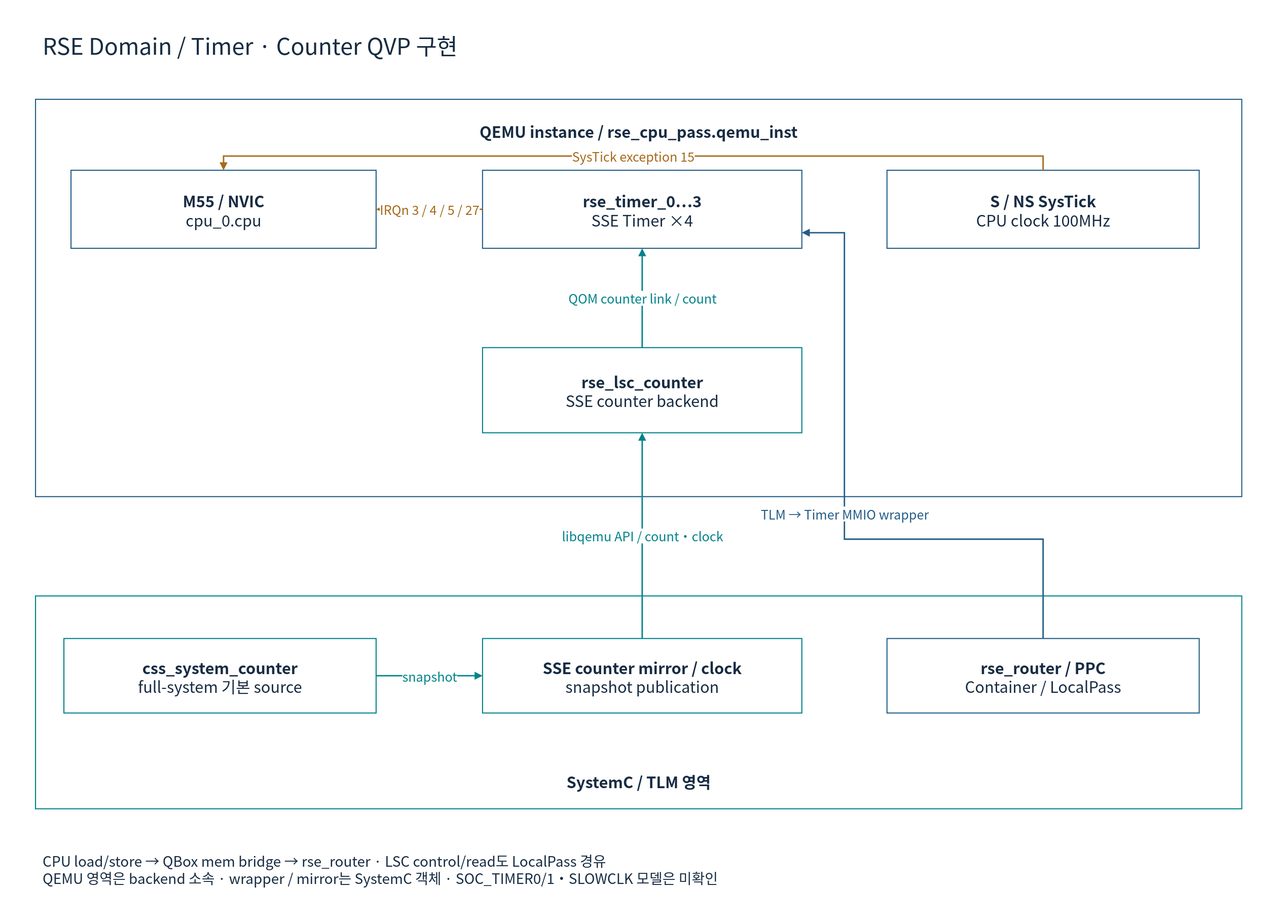
Before: doc/phase1/timer/diagrams/01rse-e-qvp.drawio.svg, a diagram exported from draw.io (cometzero/project-apollo). Source tidied: cells renumbered, new cells last; positions are measured from the earlier drawing's top-left corner, leaving out a move shared by most shapes.
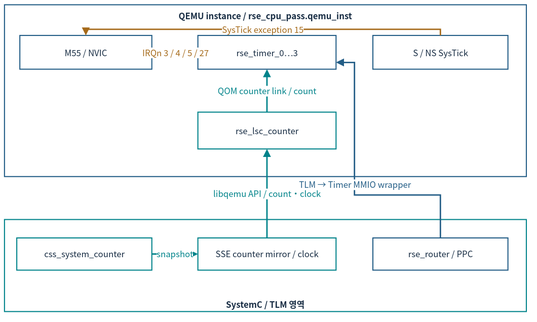
Later version of the same file.

What changed in the source:
```diff
@@ -2,70 +2,61 @@
   <root>
     <mxCell id="0" />
     <mxCell id="1" parent="0" />
-    <mxCell id="2" style="rounded=0;whiteSpace=wrap;html=1;fillColor=#FFFFFF;strokeColor=none;strokeWidth=1.5;fontColor=#172C43;fontFamily=Noto Sans CJK KR;fontSize=22;spacing=10;" parent="1" vertex="1">
-      <mxGeometry width="1800" height="1300" as="geometry" />
-    </mxCell>
-    <mxCell id="3" value="RSE Domain / Timer · Counter QVP 구현" style="rounded=0;whiteSpace=wrap;html=1;fillColor=#FFFFFF;strokeColor=none;strokeWidth=1.5;fontColor=#172C43;fontFamily=Noto Sans CJK KR;fontSize=22;spacing=10;fontSize=32;align=left;" parent="1" vertex="1">
-      <mxGeometry x="50" y="30" width="1700" height="65" as="geometry" />
-    </mxCell>
-    <mxCell id="4" value="QEMU instance / rse_cpu_pass.qemu_inst" style="rounded=0;whiteSpace=wrap;html=1;fillColor=#FFFFFF;strokeColor=#235D86;strokeWidth=1.5;fontColor=#172C43;fontFamily=Noto Sans CJK KR;fontSize=22;spacing=10;verticalAlign=top;fontStyle=1;spacingTop=16;" parent="1" vertex="1">
-      <mxGeometry x="50" y="140" width="1700" height="560" as="geometry" />
+    <mxCell id="4" value="QEMU instance / rse_cpu_pass.qemu_inst" style="rounded=0;whiteSpace=wrap;html=1;fillColor=#FFFFFF;strokeColor=#235D86;strokeWidth=1.5;fontColor=#172C43;fontFamily=Noto Sans CJK KR;verticalAlign=top;fontStyle=1;fontSize=12;spacing=3;whiteSpace=wrap;" parent="1" vertex="1">
+      <mxGeometry x="16.3" y="46.6" width="735.7" height="242.3" as="geometry" />
     </mxCell>
-    <mxCell id="5" value="&lt;b&gt;M55 / NVIC&lt;/b&gt;&lt;br&gt;cpu_0.cpu" style="rounded=0;whiteSpace=wrap;html=1;fillColor=#FFFFFF;strokeColor=#235D86;strokeWidth=1.5;fontColor=#172C43;fontFamily=Noto Sans CJK KR;fontSize=22;spacing=10;" parent="4" vertex="1">
-      <mxGeometry x="50" y="100" width="430" height="110" as="geometry" />
+    <mxCell id="5" value="M55 / NVIC" style="rounded=0;whiteSpace=wrap;html=1;fillColor=#FFFFFF;strokeColor=#235D86;strokeWidth=1.5;fontColor=#172C43;fontFamily=Noto Sans CJK KR;fontSize=12;spacing=3;whiteSpace=wrap;" parent="4" vertex="1">
+      <mxGeometry x="21.6" y="43.3" width="186.1" height="47.6" as="geometry" />
     </mxCell>
-    <mxCell id="6" value="&lt;b&gt;rse_timer_0…3&lt;/b&gt;&lt;br&gt;SSE Timer ×4" style="rounded=0;whiteSpace=wrap;html=1;fillColor=#FFFFFF;strokeColor=#235D86;strokeWidth=1.5;fontColor=#172C43;fontFamily=Noto Sans CJK KR;fontSize=22;spacing=10;" parent="4" vertex="1">
-      <mxGeometry x="630" y="100" width="450" height="110" as="geometry" />
+    <mxCell id="6" value="rse_timer_0…3" style="rounded=0;whiteSpace=wrap;html=1;fillColor=#FFFFFF;strokeColor=#235D86;strokeWidth=1.5;fontColor=#172C43;fontFamily=Noto Sans CJK KR;fontSize=12;spacing=3;whiteSpace=wrap;" parent="4" vertex="1">
+      <mxGeometry x="272.6" y="43.3" width="194.7" height="47.6" as="geometry" />
     </mxCell>
-    <mxCell id="7" value="&lt;b&gt;S / NS SysTick&lt;/b&gt;&lt;br&gt;CPU clock 100MHz" style="rounded=0;whiteSpace=wrap;html=1;fillColor=#FFFFFF;strokeColor=#235D86;strokeWidth=1.5;fontColor=#172C43;fontFamily=Noto Sans CJK KR;fontSize=22;spacing=10;" parent="4" vertex="1">
-      <mxGeometry x="1200" y="100" width="440" height="110" as="geometry" />
+    <mxCell id="7" value="S / NS SysTick" style="rounded=0;whiteSpace=wrap;html=1;fillColor=#FFFFFF;strokeColor=#235D86;strokeWidth=1.5;fontColor=#172C43;fontFamily=Noto Sans CJK KR;fontSize=12;spacing=3;whiteSpace=wrap;" parent="4" vertex="1">
+      <mxGeometry x="519.3" y="43.3" width="190.4" height="47.6" as="geometry" />
     </mxCell>
-    <mxCell id="8" value="&lt;b&gt;rse_lsc_counter&lt;/b&gt;&lt;br&gt;SSE counter backend" style="rounded=0;whiteSpace=wrap;html=1;fillColor=#FFFFFF;strokeColor=#00838A;strokeWidth=1.5;fontColor=#172C43;fontFamily=Noto Sans CJK KR;fontSize=22;spacing=10;" parent="4" vertex="1">
-      <mxGeometry x="630" y="350" width="450" height="120" as="geometry" />
+    <mxCell id="8" value="rse_lsc_counter" style="rounded=0;whiteSpace=wrap;html=1;fillColor=#FFFFFF;strokeColor=#00838A;strokeWidth=1.5;fontColor=#172C43;fontFamily=Noto Sans CJK KR;fontSize=12;spacing=3;whiteSpace=wrap;" parent="4" vertex="1">
+      <mxGeometry x="272.6" y="151.5" width="194.7" height="51.9" as="geometry" />
     </mxCell>
-    <mxCell id="9" value="IRQn 3 / 4 / 5 / 27" style="edgeStyle=orthogonalEdgeStyle;rounded=0;html=1;endArrow=block;endFill=1;strokeWidth=2;strokeColor=#A56A1A;fontColor=#A56A1A;fontFamily=Noto Sans CJK KR;fontSize=18;labelBackgroundColor=#FFFFFF;exitX=0;exitY=0.5;entryX=1;entryY=0.5;" parent="1" edge="1" source="6" target="5">
+    <mxCell id="9" value="IRQn 3 / 4 / 5 / 27" style="edgeStyle=orthogonalEdgeStyle;rounded=0;html=1;endArrow=block;endFill=1;strokeWidth=2;strokeColor=#A56A1A;fontColor=#A56A1A;fontFamily=Noto Sans CJK KR;labelBackgroundColor=#FFFFFF;exitX=0;exitY=0.5;entryX=1;entryY=0.5;fontSize=12;spacing=3;whiteSpace=nowrap;" parent="1" edge="1" source="6" target="5">
       <mxGeometry relative="1" as="geometry" />
     </mxCell>
-    <mxCell id="10" value="SysTick exception 15" style="edgeStyle=orthogonalEdgeStyle;rounded=0;html=1;endArrow=block;endFill=1;strokeWidth=2;strokeColor=#A56A1A;fontColor=#A56A1A;fontFamily=Noto Sans CJK KR;fontSize=18;labelBackgroundColor=#FFFFFF;exitX=0.5;exitY=0;entryX=0.5;entryY=0;" parent="1" edge="1" source="7" target="5">
+    <mxCell id="10" value="SysTick exception 15" style="edgeStyle=orthogonalEdgeStyle;rounded=0;html=1;endArrow=block;endFill=1;strokeWidth=2;strokeColor=#A56A1A;fontColor=#A56A1A;fontFamily=Noto Sans CJK KR;labelBackgroundColor=#FFFFFF;exitX=0.5;exitY=0;entryX=0.5;entryY=0;fontSize=12;spacing=3;whiteSpace=nowrap;" parent="1" edge="1" source="7" target="5">
       <mxGeometry relative="1" as="geometry">
         <Array as="points">
-          <mxPoint x="1470" y="220" />
-          <mxPoint x="315" y="220" />
+          <mxPoint x="630.8" y="81.2" />
+          <mxPoint x="131" y="81.2" />
         </Array>
       </mxGeometry>
     </mxCell>
-    <mxCell id="11" value="QOM counter link / count" style="edgeStyle=orthogonalEdgeStyle;rounded=0;html=1;endArrow=block;endFill=1;strokeWidth=2;strokeColor=#00838A;fontColor=#00838A;fontFamily=Noto Sans CJK KR;fontSize=18;labelBackgroundColor=#FFFFFF;exitX=0.5;exitY=0;entryX=0.5;entryY=1;" parent="1" edge="1" source="8" target="6">
+    <mxCell id="11" value="QOM counter link / count" style="edgeStyle=orthogonalEdgeStyle;rounded=0;html=1;endArrow=block;endFill=1;strokeWidth=2;strokeColor=#00838A;fontColor=#00838A;fontFamily=Noto Sans CJK KR;labelBackgroundColor=#FFFFFF;exitX=0.5;exitY=0;entryX=0.5;entryY=1;fontSize=12;spacing=3;whiteSpace=nowrap;" parent="1" edge="1" source="8" target="6">
       <mxGeometry relative="1" as="geometry" />
     </mxCell>
-    <mxCell id="12" value="SystemC / TLM 영역" style="rounded=0;whiteSpace=wrap;html=1;fillColor=#FFFFFF;strokeColor=#00838A;strokeWidth=1.5;fontColor=#172C43;fontFamily=Noto Sans CJK KR;fontSize=22;spacing=10;verticalAlign=top;fontStyle=1;spacingTop=16;verticalAlign=bottom;spacingBottom=16;" parent="1" vertex="1">
-      <mxGeometry x="50" y="840" width="1700" height="300" as="geometry" />
+    <mxCell id="12" value="SystemC / TLM 영역" style="rounded=0;whiteSpace=wrap;html=1;fillColor=#FFFFFF;strokeColor=#00838A;strokeWidth=1.5;fontColor=#172C43;fontFamily=Noto Sans CJK KR;verticalAlign=top;fontStyle=1;verticalAlign=bottom;fontSize=12;spacing=3;whiteSpace=wrap;" parent="1" vertex="1">
+      <mxGeometry x="16.3" y="349.5" width="735.7" height="129.8" as="geometry" />
     </mxCell>
-    <mxCell id="13" value="&lt;b&gt;css_system_counter&lt;/b&gt;&lt;br&gt;full-system 기본 source" style="rounded=0;whiteSpace=wrap;html=1;fillColor=#FFFFFF;strokeColor=#00838A;strokeWidth=1.5;fontColor=#172C43;fontFamily=Noto Sans CJK KR;fontSize=22;spacing=10;" parent="12" vertex="1">
-      <mxGeometry x="40" y="60" width="440" height="105" as="geometry" />
+    <mxCell id="13" value="css_system_counter" style="rounded=0;whiteSpace=wrap;html=1;fillColor=#FFFFFF;strokeColor=#00838A;strokeWidth=1.5;fontColor=#172C43;fontFamily=Noto Sans CJK KR;fontSize=12;spacing=3;whiteSpace=wrap;" parent="12" vertex="1">
+      <mxGeometry x="17.3" y="26" width="190.4" height="45.4" as="geometry" />
     </mxCell>
-    <mxCell id="14" value="&lt;b&gt;SSE counter mirror / clock&lt;/b&gt;&lt;br&gt;snapshot publication" style="rounded=0;whiteSpace=wrap;html=1;fillColor=#FFFFFF;strokeColor=#00838A;strokeWidth=1.5;fontColor=#172C43;fontFamily=Noto Sans CJK KR;fontSize=22;spacing=10;" parent="12" vertex="1">
-      <mxGeometry x="630" y="60" width="450" height="105" as="geometry" />
+    <mxCell id="14" value="SSE counter mirror / clock" style="rounded=0;whiteSpace=wrap;html=1;fillColor=#FFFFFF;strokeColor=#00838A;strokeWidth=1.5;fontColor=#172C43;fontFamily=Noto Sans CJK KR;fontSize=12;spacing=3;whiteSpace=wrap;" parent="12" vertex="1">
+      <mxGeometry x="272.6" y="26" width="194.7" height="45.4" as="geometry" />
     </mxCell>
-    <mxCell id="15" value="&lt;b&gt;rse_router / PPC&lt;/b&gt;&lt;br&gt;Container / LocalPass" style="rounded=0;whiteSpace=wrap;html=1;fillColor=#FFFFFF;strokeColor=#235D86;strokeWidth=1.5;fontColor=#172C43;fontFamily=Noto Sans CJK KR;fontSize=22;spacing=10;" parent="12" vertex="1">
-      <mxGeometry x="1200" y="60" width="440" height="105" as="geometry" />
+    <mxCell id="15" value="rse_router / PPC" style="rounded=0;whiteSpace=wrap;html=1;fillColor=#FFFFFF;strokeColor=#235D86;strokeWidth=1.5;fontColor=#172C43;fontFamily=Noto Sans CJK KR;fontSize=12;spacing=3;whiteSpace=wrap;" parent="12" vertex="1">
+      <mxGeometry x="519.3" y="26" width="190.4" height="45.4" as="geometry" />
     </mxCell>
-    <mxCell id="16" value="snapshot" style="edgeStyle=orthogonalEdgeStyle;rounded=0;html=1;endArrow=block;endFill=1;strokeWidth=2;strokeColor=#00838A;fontColor=#00838A;fontFamily=Noto Sans CJK KR;fontSize=18;labelBackgroundColor=#FFFFFF;exitX=1;exitY=0.5;entryX=0;entryY=0.5;" parent="1" edge="1" source="13" target="14">
+    <mxCell id="16" value="snapshot" style="edgeStyle=orthogonalEdgeStyle;rounded=0;html=1;endArrow=block;endFill=1;strokeWidth=2;strokeColor=#00838A;fontColor=#00838A;fontFamily=Noto Sans CJK KR;labelBackgroundColor=#FFFFFF;exitX=1;exitY=0.5;entryX=0;entryY=0.5;fontSize=12;spacing=3;whiteSpace=nowrap;" parent="1" edge="1" source="13" target="14">
       <mxGeometry relative="1" as="geometry" />
     </mxCell>
-    <mxCell id="17" value="libqemu API / count・clock" style="edgeStyle=orthogonalEdgeStyle;rounded=0;html=1;endArrow=block;endFill=1;strokeWidth=2;strokeColor=#00838A;fontColor=#00838A;fontFamily=Noto Sans CJK KR;fontSize=18;labelBackgroundColor=#FFFFFF;exitX=0.5;exitY=0;entryX=0.5;entryY=1;" parent="1" edge="1" source="14" target="8">
+    <mxCell id="17" value="libqemu API / count・clock" style="edgeStyle=orthogonalEdgeStyle;rounded=0;html=1;endArrow=block;endFill=1;strokeWidth=2;strokeColor=#00838A;fontColor=#00838A;fontFamily=Noto Sans CJK KR;labelBackgroundColor=#FFFFFF;exitX=0.5;exitY=0;entryX=0.5;entryY=1;fontSize=12;spacing=3;whiteSpace=nowrap;" parent="1" edge="1" source="14" target="8">
       <mxGeometry relative="1" as="geometry" />
     </mxCell>
-    <mxCell id="18" value="TLM → Timer MMIO wrapper" style="edgeStyle=orthogonalEdgeStyle;rounded=0;html=1;endArrow=block;endFill=1;strokeWidth=2;strokeColor=#235D86;fontColor=#235D86;fontFamily=Noto Sans CJK KR;fontSize=18;labelBackgroundColor=#FFFFFF;exitX=0.5;exitY=0;entryX=1;entryY=0.8;" parent="1" edge="1" source="15" target="6">
+    <mxCell id="18" value="TLM → Timer MMIO wrapper" style="edgeStyle=orthogonalEdgeStyle;rounded=0;html=1;endArrow=block;endFill=1;strokeWidth=2;strokeColor=#235D86;fontColor=#235D86;fontFamily=Noto Sans CJK KR;labelBackgroundColor=#FFFFFF;exitX=0.5;exitY=0;entryX=1;entryY=0.8;fontSize=12;spacing=3;whiteSpace=nowrap;" parent="1" edge="1" source="15" target="6">
       <mxGeometry relative="1" as="geometry">
         <Array as="points">
-          <mxPoint x="1470" y="760" />
-          <mxPoint x="1190" y="760" />
-          <mxPoint x="1190" y="328" />
+          <mxPoint x="630.8" y="314.9" />
+          <mxPoint x="509.7" y="314.9" />
+          <mxPoint x="509.7" y="128" />
         </Array>
       </mxGeometry>
     </mxCell>
-    <mxCell id="19" value="CPU load/store → QBox mem bridge → rse_router · LSC control/read도 LocalPass 경유&lt;br&gt;QEMU 영역은 backend 소속 · wrapper / mirror는 SystemC 객체 · SOC_TIMER0/1・SLOWCLK 모델은 미확인" style="rounded=0;whiteSpace=wrap;html=1;fillColor=#FFFFFF;strokeColor=none;strokeWidth=1.5;fontColor=#172C43;fontFamily=Noto Sans CJK KR;fontSize=22;spacing=10;fontSize=20;align=left;" parent="1" vertex="1">
-      <mxGeometry x="50" y="1180" width="1700" height="90" as="geometry" />
-    </mxCell>
   </root>
 </mxGraphModel>
```
